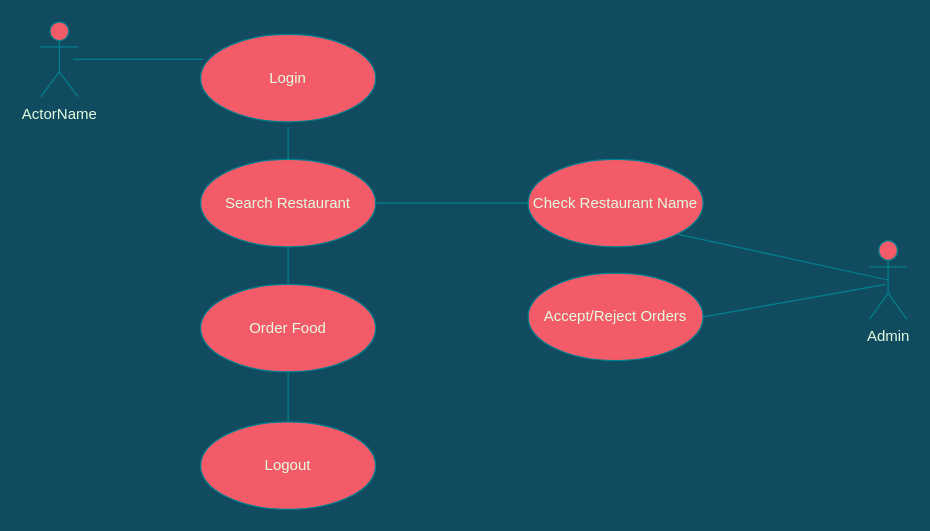
This is page "UML Diagram" (1 of 2) of Untitled Diagram.drawio from vjnathan0307/IPLVisualization, a draw.io file, before an edit. Source tidied: cells renumbered, new cells numbered last; positions are measured from the earlier drawing's top-left corner, leaving out a move shared by most shapes. Both pictures are drawn from the tidied source at 125%, with x=0, y=0 at pixel (40, 21).
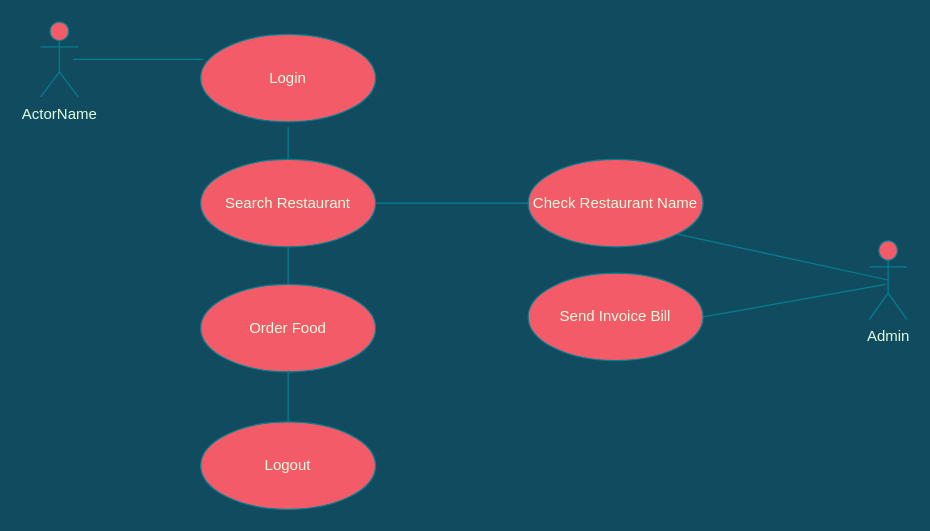
Above is the later version.

Diff of the diagram source:
```diff
@@
-    <mxCell id="13" value="Accept/Reject Orders" style="ellipse;whiteSpace=wrap;html=1;strokeColor=#028090;fontColor=#E4FDE1;fillColor=#F45B69;" parent="1" vertex="1">
+    <mxCell id="13" value="Send Invoice Bill" style="ellipse;whiteSpace=wrap;html=1;strokeColor=#028090;fontColor=#E4FDE1;fillColor=#F45B69;" parent="1" vertex="1">
       <mxGeometry x="390" y="201" width="140" height="70" as="geometry" />
     </mxCell>
```
